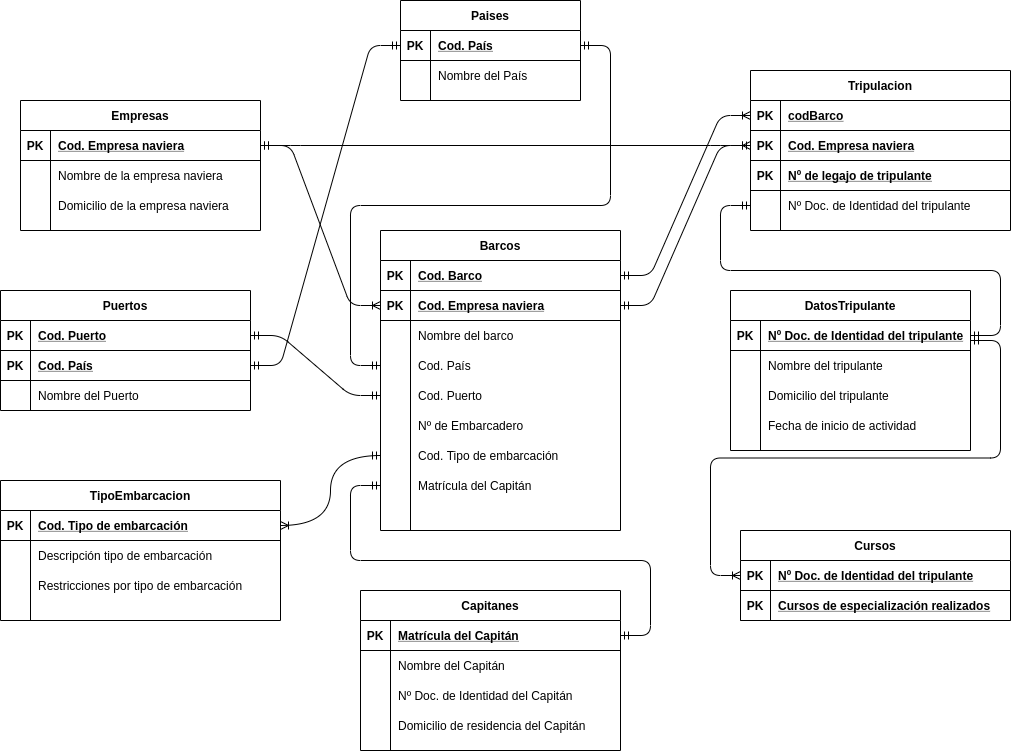
This is barcos.png from RailGun15/BaseDeDatos-UTN, a draw.io export, as it was before one commit. Source tidied: cells renumbered, new cells last; positions are measured from the earlier drawing's top-left corner, leaving out a move shared by most shapes.
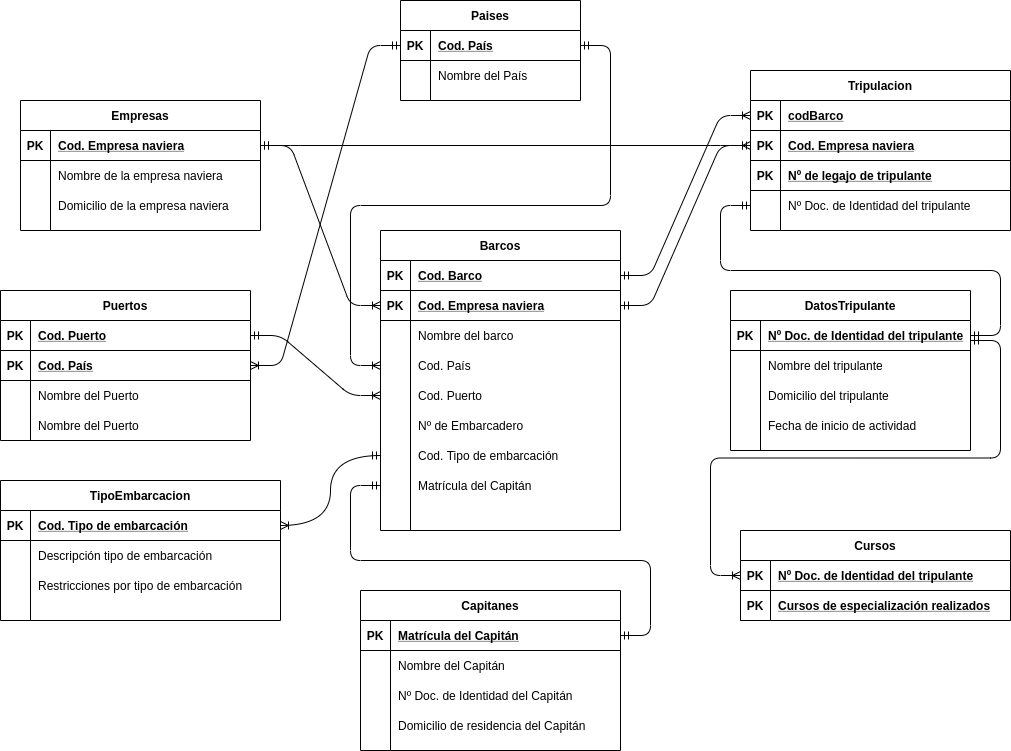
After the change.

What changed in the source:
```diff
@@ -188,11 +188,11 @@
     <mxCell id="63" style="edgeStyle=entityRelationEdgeStyle;fontSize=12;html=1;endArrow=ERmandOne;startArrow=ERmandOne;entryX=0;entryY=0.5;entryDx=0;entryDy=0;exitX=1;exitY=0.5;exitDx=0;exitDy=0;" parent="1" edge="1" source="51" target="19">
       <mxGeometry relative="1" as="geometry" />
     </mxCell>
-    <mxCell id="64" style="edgeStyle=entityRelationEdgeStyle;fontSize=12;html=1;endArrow=ERmandOne;startArrow=ERmandOne;entryX=0;entryY=0.5;entryDx=0;entryDy=0;exitX=1;exitY=0.5;exitDx=0;exitDy=0;" parent="1" edge="1" source="3" target="97">
+    <mxCell id="64" style="edgeStyle=entityRelationEdgeStyle;fontSize=12;html=1;endArrow=ERoneToMany;startArrow=ERmandOne;entryX=0;entryY=0.5;entryDx=0;entryDy=0;exitX=1;exitY=0.5;exitDx=0;exitDy=0;endFill=0;" parent="1" edge="1" source="3" target="97">
       <mxGeometry relative="1" as="geometry" />
     </mxCell>
     <mxCell id="65" value="Puertos" style="shape=table;startSize=30;rowLines=0;fontStyle=1;align=center;" parent="1" vertex="1">
-      <mxGeometry y="290" width="250" height="120" as="geometry" />
+      <mxGeometry y="290" width="250" height="150" as="geometry" />
     </mxCell>
     <mxCell id="66" style="shape=partialRectangle;fillColor=none;top=0;left=0;bottom=1;right=0;points=[[0,0.5],[1,0.5]];portConstraint=eastwest;" parent="65" vertex="1">
       <mxGeometry y="30" width="250" height="30" as="geometry" />
@@ -221,6 +221,15 @@
     <mxCell id="74" value="Nombre del Puerto" style="shape=partialRectangle;fillColor=none;top=0;left=0;bottom=0;right=0;align=left;spacingLeft=6;overflow=hidden;" parent="72" vertex="1">
       <mxGeometry x="30" width="220" height="30" as="geometry" />
     </mxCell>
+    <mxCell id="121" style="shape=partialRectangle;fillColor=none;top=0;left=0;bottom=0;right=0;" parent="65" vertex="1">
+      <mxGeometry y="120" width="250" height="30" as="geometry" />
+    </mxCell>
+    <mxCell id="122" style="shape=partialRectangle;fillColor=none;top=0;left=0;bottom=0;right=0;overflow=hidden;" parent="121" vertex="1">
+      <mxGeometry width="30" height="30" as="geometry" />
+    </mxCell>
+    <mxCell id="123" value="Nombre del Puerto" style="shape=partialRectangle;fillColor=none;top=0;left=0;bottom=0;right=0;align=left;spacingLeft=6;overflow=hidden;" parent="121" vertex="1">
+      <mxGeometry x="30" width="220" height="30" as="geometry" />
+    </mxCell>
     <mxCell id="75" value="TipoEmbarcacion" style="shape=table;startSize=30;rowLines=0;fontStyle=1;align=center;" parent="1" vertex="1">
       <mxGeometry y="480" width="280" height="140" as="geometry" />
     </mxCell>
@@ -251,10 +260,10 @@
     <mxCell id="84" value="Restricciones por tipo de embarcación" style="shape=partialRectangle;fillColor=none;top=0;left=0;bottom=0;right=0;align=left;spacingLeft=6;overflow=hidden;" parent="82" vertex="1">
       <mxGeometry x="30" width="250" height="30" as="geometry" />
     </mxCell>
-    <mxCell id="85" style="edgeStyle=entityRelationEdgeStyle;fontSize=12;html=1;endArrow=ERmandOne;startArrow=ERmandOne;entryX=0;entryY=0.5;entryDx=0;entryDy=0;exitX=1;exitY=0.5;exitDx=0;exitDy=0;" parent="1" edge="1" source="66" target="100">
+    <mxCell id="85" style="edgeStyle=entityRelationEdgeStyle;fontSize=12;html=1;endArrow=ERoneToMany;startArrow=ERmandOne;entryX=0;entryY=0.5;entryDx=0;entryDy=0;exitX=1;exitY=0.5;exitDx=0;exitDy=0;endFill=0;" parent="1" edge="1" source="66" target="100">
       <mxGeometry relative="1" as="geometry" />
     </mxCell>
-    <mxCell id="86" style="edgeStyle=entityRelationEdgeStyle;fontSize=12;html=1;endArrow=ERmandOne;startArrow=ERmandOne;entryX=0;entryY=0.5;entryDx=0;entryDy=0;exitX=1;exitY=0.5;exitDx=0;exitDy=0;" parent="1" edge="1" source="69" target="3">
+    <mxCell id="86" style="edgeStyle=entityRelationEdgeStyle;fontSize=12;html=1;endArrow=ERmandOne;startArrow=ERoneToMany;entryX=0;entryY=0.5;entryDx=0;entryDy=0;exitX=1;exitY=0.5;exitDx=0;exitDy=0;startFill=0;" parent="1" edge="1" source="69" target="3">
       <mxGeometry relative="1" as="geometry" />
     </mxCell>
     <mxCell id="87" value="Barcos" style="shape=table;startSize=30;rowLines=0;fontStyle=1;align=center;" parent="1" vertex="1">
```
